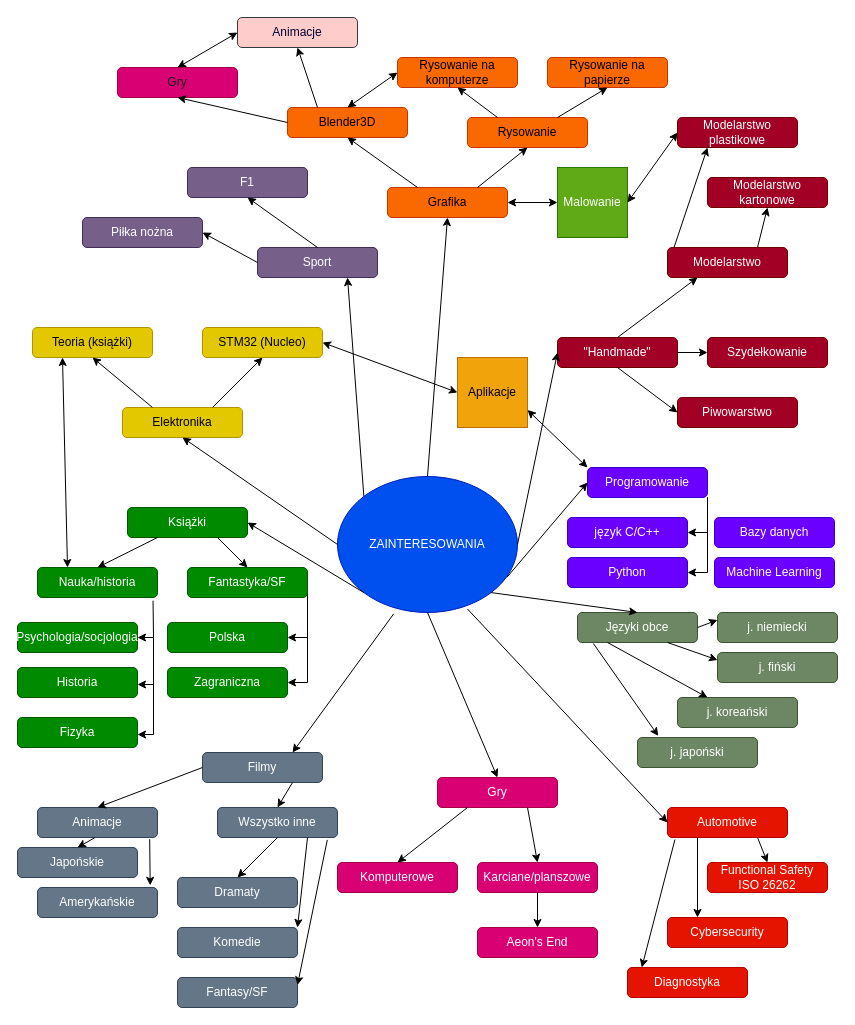
Earlier version of the draw.io diagram Diagram bez tytułu.drawio (Dexmo-7/myWarmingUp). Source tidied: cells renumbered, new cells numbered last; positions are measured from the earlier drawing's top-left corner, leaving out a move shared by most shapes. Both pictures are drawn from the tidied source at 100%, with x=0, y=0 at pixel (17, 17).
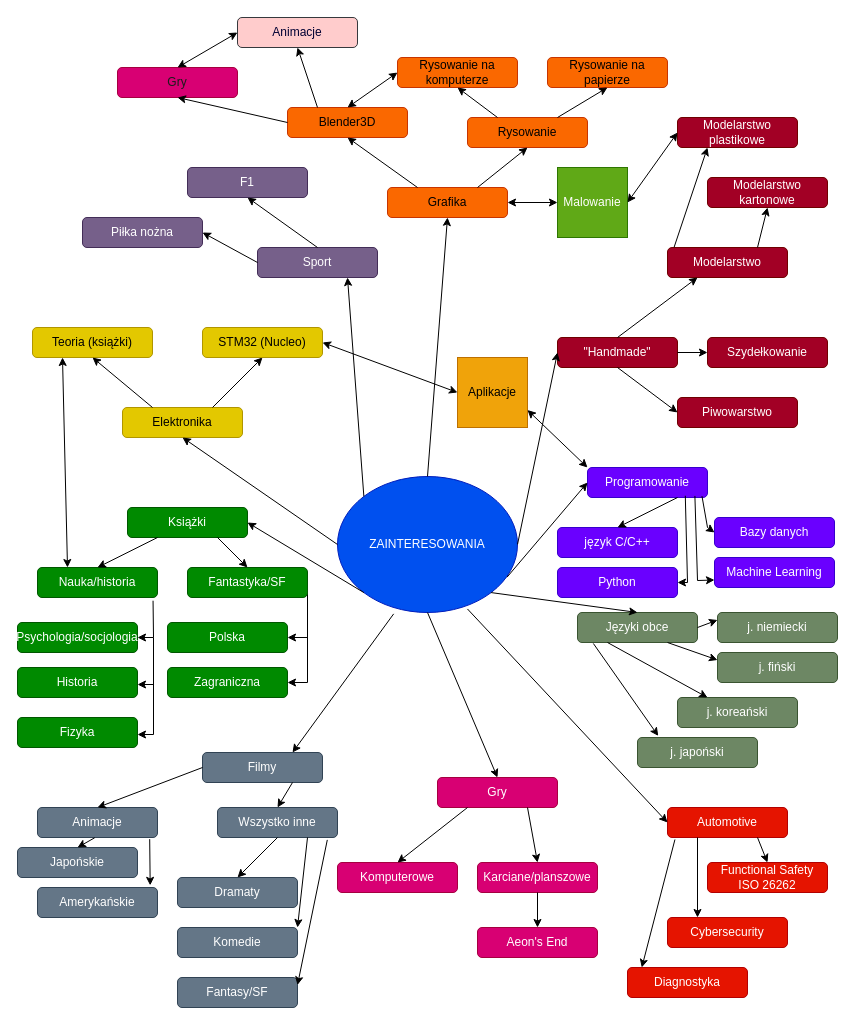
Above is the later version.

The change refers to these unchanged cells:
```xml
<mxCell id="67" value="Programowanie" style="rounded=1;whiteSpace=wrap;html=1;fillColor=#6a00ff;strokeColor=#3700CC;fontColor=#ffffff;" parent="1" vertex="1">
  <mxGeometry x="570" y="450" width="120" height="30" as="geometry" />
</mxCell>
<mxCell id="107" value="Bazy danych" style="rounded=1;whiteSpace=wrap;html=1;fillColor=#6a00ff;strokeColor=#3700CC;fontColor=#ffffff;" parent="1" vertex="1">
  <mxGeometry x="697" y="500" width="120" height="30" as="geometry" />
</mxCell>
<mxCell id="108" value="Machine Learning" style="rounded=1;whiteSpace=wrap;html=1;fillColor=#6a00ff;strokeColor=#3700CC;fontColor=#ffffff;" parent="1" vertex="1">
  <mxGeometry x="697" y="540" width="120" height="30" as="geometry" />
</mxCell>
```

The edit, as a diff of the source:
```diff
@@
     <mxCell id="69" value="język C/C++" style="rounded=1;whiteSpace=wrap;html=1;fillColor=#6a00ff;strokeColor=#3700CC;fontColor=#ffffff;" parent="1" vertex="1">
-      <mxGeometry x="550" y="500" width="120" height="30" as="geometry" />
+      <mxGeometry x="540" y="510" width="120" height="30" as="geometry" />
     </mxCell>
     <mxCell id="70" value="Python" style="rounded=1;whiteSpace=wrap;html=1;fillColor=#6a00ff;strokeColor=#3700CC;fontColor=#ffffff;" parent="1" vertex="1">
-      <mxGeometry x="550" y="540" width="120" height="30" as="geometry" />
+      <mxGeometry x="540" y="550" width="120" height="30" as="geometry" />
     </mxCell>
-    <mxCell id="71" style="endArrow=classic;html=1;rounded=0;exitX=1;exitY=1;exitDx=0;exitDy=0;entryX=1;entryY=0.5;entryDx=0;entryDy=0;" parent="1" edge="1" source="67" target="69">
-      <mxGeometry relative="1" as="geometry">
-        <Array as="points">
-          <mxPoint x="690" y="515" />
-        </Array>
-      </mxGeometry>
+    <mxCell id="71" style="endArrow=classic;html=1;rounded=0;exitX=0.75;exitY=1;exitDx=0;exitDy=0;entryX=0.5;entryY=0;entryDx=0;entryDy=0;" parent="1" edge="1" source="67" target="69">
+      <mxGeometry relative="1" as="geometry" />
     </mxCell>
-    <mxCell id="72" style="endArrow=classic;html=1;rounded=0;entryX=1;entryY=0.5;entryDx=0;entryDy=0;exitX=1;exitY=1;exitDx=0;exitDy=0;" parent="1" edge="1" source="67" target="70">
+    <mxCell id="72" style="endArrow=classic;html=1;rounded=0;entryX=1;entryY=0.5;entryDx=0;entryDy=0;exitX=0.815;exitY=0.942;exitDx=0;exitDy=0;exitPerimeter=0;" parent="1" edge="1" source="67" target="70">
       <mxGeometry relative="1" as="geometry">
         <Array as="points">
-          <mxPoint x="690" y="555" />
+          <mxPoint x="670" y="565" />
         </Array>
       </mxGeometry>
     </mxCell>
@@
+    <mxCell id="117" style="endArrow=classic;html=1;rounded=0;entryX=0;entryY=0.75;entryDx=0;entryDy=0;exitX=0.895;exitY=0.948;exitDx=0;exitDy=0;exitPerimeter=0;" parent="1" edge="1" source="67" target="108">
+      <mxGeometry relative="1" as="geometry">
+        <Array as="points">
+          <mxPoint x="680" y="563" />
+        </Array>
+      </mxGeometry>
+    </mxCell>
+    <mxCell id="118" style="endArrow=classic;html=1;rounded=0;entryX=0;entryY=0.5;entryDx=0;entryDy=0;exitX=0.954;exitY=0.954;exitDx=0;exitDy=0;exitPerimeter=0;" parent="1" edge="1" source="67" target="107">
+      <mxGeometry relative="1" as="geometry">
+        <Array as="points">
+          <mxPoint x="690" y="510" />
+        </Array>
+      </mxGeometry>
+    </mxCell>
```
